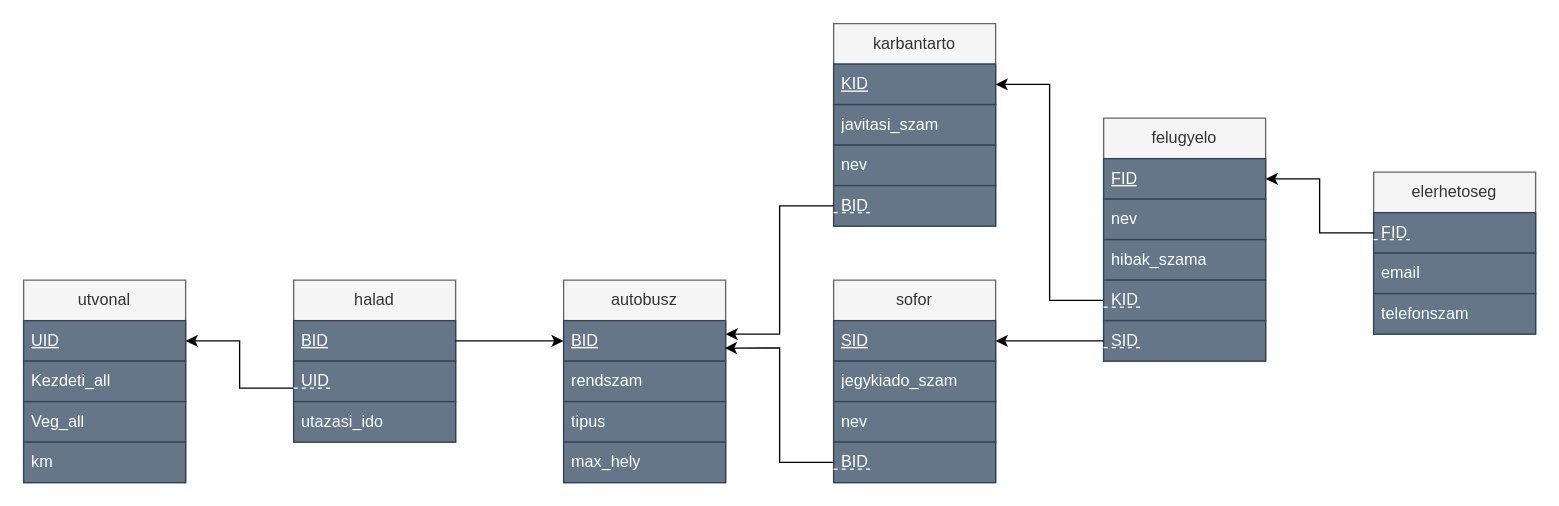
Earlier version of the draw.io diagram DBSemTaskHR6121/RMHR6121.drawio (HonDaniel/HR6121_DB1Gyak). Source tidied: cells renumbered, new cells numbered last; positions are measured from the earlier drawing's top-left corner, leaving out a move shared by most shapes. Both pictures are drawn from the tidied source at 135%, with x=0, y=0 at pixel (23, 23).
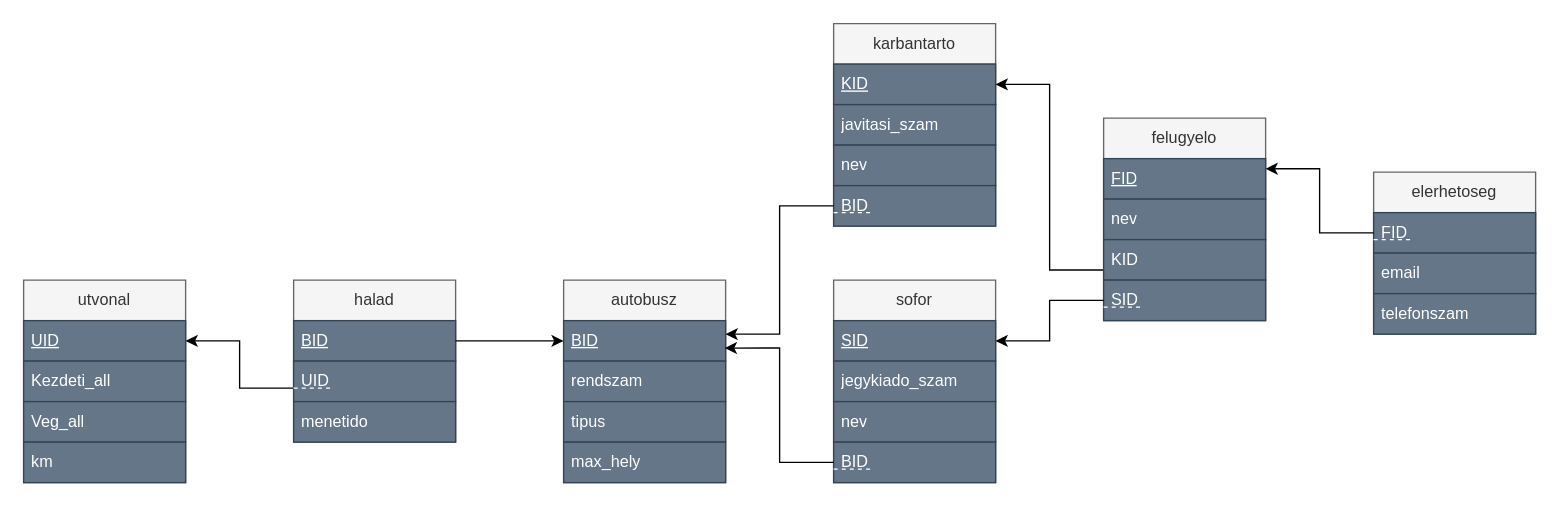
The same page after the edit.

Unchanged cells that the change refers to:
```xml
<mxCell id="8" value="halad" style="swimlane;fontStyle=0;horizontal=1;startSize=30;whiteSpace=wrap;html=1;fillColor=#f5f5f5;fontColor=#333333;strokeColor=#666666;" parent="1" vertex="1">
  <mxGeometry x="200" y="190" width="120" height="120" as="geometry" />
</mxCell>
```

The edit, as a diff of the source:
```diff
@@
-    <mxCell id="12" value="utazasi_ido" style="text;strokeColor=#314354;fillColor=#647687;align=left;verticalAlign=middle;spacingLeft=4;spacingRight=4;overflow=hidden;whiteSpace=wrap;html=1;fontColor=#ffffff;" parent="8" vertex="1">
+    <mxCell id="12" value="menetido" style="text;strokeColor=#314354;fillColor=#647687;align=left;verticalAlign=middle;spacingLeft=4;spacingRight=4;overflow=hidden;whiteSpace=wrap;html=1;fontColor=#ffffff;" parent="8" vertex="1">
       <mxGeometry y="90" width="120" height="30" as="geometry" />
     </mxCell>
@@
     <mxCell id="34" value="felugyelo" style="swimlane;fontStyle=0;horizontal=1;startSize=30;whiteSpace=wrap;html=1;fillColor=#f5f5f5;fontColor=#333333;strokeColor=#666666;" parent="1" vertex="1">
-      <mxGeometry x="800" y="70" width="120" height="180" as="geometry" />
+      <mxGeometry x="800" y="70" width="120" height="150" as="geometry" />
     </mxCell>
@@
-    <mxCell id="37" value="hibak_szama" style="text;strokeColor=#314354;fillColor=#647687;align=left;verticalAlign=middle;spacingLeft=4;spacingRight=4;overflow=hidden;whiteSpace=wrap;html=1;fontColor=#ffffff;" parent="34" vertex="1">
-      <mxGeometry y="90" width="120" height="30" as="geometry" />
-    </mxCell>
     <mxCell id="38" value="KID" style="text;strokeColor=#314354;fillColor=#647687;align=left;verticalAlign=middle;spacingLeft=4;spacingRight=4;overflow=hidden;whiteSpace=wrap;html=1;fontColor=#ffffff;" parent="34" vertex="1">
-      <mxGeometry y="120" width="120" height="30" as="geometry" />
+      <mxGeometry y="90" width="120" height="30" as="geometry" />
     </mxCell>
     <mxCell id="39" value="SID" style="text;strokeColor=#314354;fillColor=#647687;align=left;verticalAlign=middle;spacingLeft=4;spacingRight=4;overflow=hidden;points=[[0,0.5],[1,0.5]];portConstraint=eastwest;whiteSpace=wrap;html=1;fontColor=#ffffff;" parent="34" vertex="1">
-      <mxGeometry y="150" width="120" height="30" as="geometry" />
+      <mxGeometry y="120" width="120" height="30" as="geometry" />
     </mxCell>
```
